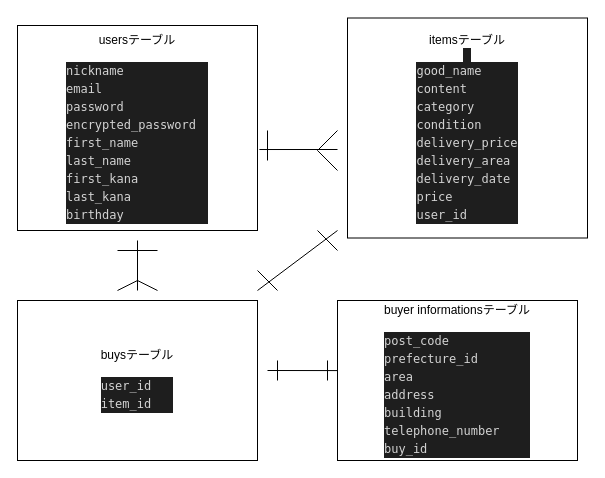
Above: furima.dio in kentyan6/furima-39221 (draw.io), before the change. Source tidied: cells renumbered, new cells numbered last; positions are measured from the earlier drawing's top-left corner, leaving out a move shared by most shapes. Both pictures are drawn from the tidied source at 100%, with x=0, y=0 at pixel (17, 18).
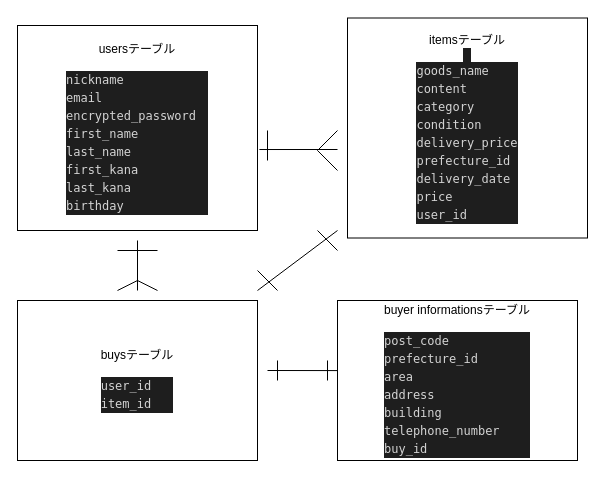
After the change.

Change to the diagram source:
```diff
@@
-    <mxCell id="2" value="usersテーブル&lt;br&gt;&lt;br&gt;&lt;div style=&quot;color: rgb(212, 212, 212); background-color: rgb(30, 30, 30); font-family: Menlo, Monaco, &amp;quot;Courier New&amp;quot;, monospace; line-height: 18px;&quot;&gt;&lt;div style=&quot;text-align: left;&quot;&gt; nickname&amp;nbsp;&lt;/div&gt;&lt;div style=&quot;text-align: left;&quot;&gt;email&amp;nbsp;&lt;/div&gt;&lt;div style=&quot;text-align: left;&quot;&gt;password&amp;nbsp;&lt;/div&gt;&lt;div style=&quot;text-align: left;&quot;&gt;encrypted_password　&lt;/div&gt;&lt;div style=&quot;text-align: left;&quot;&gt;first_name&lt;/div&gt;&lt;div style=&quot;text-align: left;&quot;&gt;last_name&lt;/div&gt;&lt;div style=&quot;text-align: left;&quot;&gt;first_kana&amp;nbsp;&lt;/div&gt;&lt;div style=&quot;text-align: left;&quot;&gt;last_kana&lt;/div&gt;&lt;div style=&quot;text-align: left;&quot;&gt;birthday&lt;/div&gt;&lt;/div&gt;" style="rounded=0;whiteSpace=wrap;html=1;align=center;" parent="1" vertex="1">
+    <mxCell id="2" value="usersテーブル&lt;br&gt;&lt;br&gt;&lt;div style=&quot;color: rgb(212, 212, 212); background-color: rgb(30, 30, 30); font-family: Menlo, Monaco, &amp;quot;Courier New&amp;quot;, monospace; line-height: 18px;&quot;&gt;&lt;div style=&quot;text-align: left;&quot;&gt; nickname&amp;nbsp;&lt;/div&gt;&lt;div style=&quot;text-align: left;&quot;&gt;email&amp;nbsp;&amp;nbsp;&lt;/div&gt;&lt;div style=&quot;text-align: left;&quot;&gt;encrypted_password　&lt;/div&gt;&lt;div style=&quot;text-align: left;&quot;&gt;first_name&lt;/div&gt;&lt;div style=&quot;text-align: left;&quot;&gt;last_name&lt;/div&gt;&lt;div style=&quot;text-align: left;&quot;&gt;first_kana&amp;nbsp;&lt;/div&gt;&lt;div style=&quot;text-align: left;&quot;&gt;last_kana&lt;/div&gt;&lt;div style=&quot;text-align: left;&quot;&gt;birthday&lt;/div&gt;&lt;/div&gt;" style="rounded=0;whiteSpace=wrap;html=1;align=center;" parent="1" vertex="1">
       <mxGeometry y="7" width="240" height="205" as="geometry" />
     </mxCell>
-    <mxCell id="3" value="itemsテーブル&lt;br&gt;&lt;span style=&quot;text-align: left; background-color: rgb(30, 30, 30); color: rgb(212, 212, 212); font-family: Menlo, Monaco, &amp;quot;Courier New&amp;quot;, monospace;&quot;&gt;&amp;nbsp;&lt;/span&gt;&lt;br&gt;&lt;div style=&quot;color: rgb(212, 212, 212); background-color: rgb(30, 30, 30); font-family: Menlo, Monaco, &amp;quot;Courier New&amp;quot;, monospace; line-height: 18px;&quot;&gt;&lt;div style=&quot;text-align: left;&quot;&gt;good_name&lt;/div&gt;&lt;div style=&quot;text-align: left;&quot;&gt;content&amp;nbsp;&lt;/div&gt;&lt;div style=&quot;text-align: left;&quot;&gt;category&lt;/div&gt;&lt;div style=&quot;text-align: left;&quot;&gt;condition&amp;nbsp;&lt;/div&gt;&lt;div style=&quot;text-align: left;&quot;&gt;delivery_price&lt;/div&gt;&lt;div style=&quot;text-align: left;&quot;&gt;delivery_area&lt;/div&gt;&lt;div style=&quot;text-align: left;&quot;&gt;delivery_date&lt;/div&gt;&lt;div style=&quot;text-align: left;&quot;&gt;price&lt;/div&gt;&lt;div style=&quot;text-align: left;&quot;&gt;user_id&lt;/div&gt;&lt;/div&gt;" style="rounded=0;whiteSpace=wrap;html=1;" parent="1" vertex="1">
+    <mxCell id="3" value="itemsテーブル&lt;br&gt;&lt;span style=&quot;text-align: left; background-color: rgb(30, 30, 30); color: rgb(212, 212, 212); font-family: Menlo, Monaco, &amp;quot;Courier New&amp;quot;, monospace;&quot;&gt;&amp;nbsp;&lt;/span&gt;&lt;br&gt;&lt;div style=&quot;color: rgb(212, 212, 212); background-color: rgb(30, 30, 30); font-family: Menlo, Monaco, &amp;quot;Courier New&amp;quot;, monospace; line-height: 18px;&quot;&gt;&lt;div style=&quot;text-align: left;&quot;&gt;goods_name&lt;/div&gt;&lt;div style=&quot;text-align: left;&quot;&gt;content&amp;nbsp;&lt;/div&gt;&lt;div style=&quot;text-align: left;&quot;&gt;category&lt;/div&gt;&lt;div style=&quot;text-align: left;&quot;&gt;condition&amp;nbsp;&lt;/div&gt;&lt;div style=&quot;text-align: left;&quot;&gt;delivery_price&lt;/div&gt;&lt;div style=&quot;text-align: left;&quot;&gt;prefecture_id&lt;br&gt;&lt;/div&gt;&lt;div style=&quot;text-align: left;&quot;&gt;delivery_date&lt;/div&gt;&lt;div style=&quot;text-align: left;&quot;&gt;price&lt;/div&gt;&lt;div style=&quot;text-align: left;&quot;&gt;user_id&lt;/div&gt;&lt;/div&gt;" style="rounded=0;whiteSpace=wrap;html=1;" parent="1" vertex="1">
       <mxGeometry x="330" y="-0.5" width="240" height="220" as="geometry" />
     </mxCell>
```
